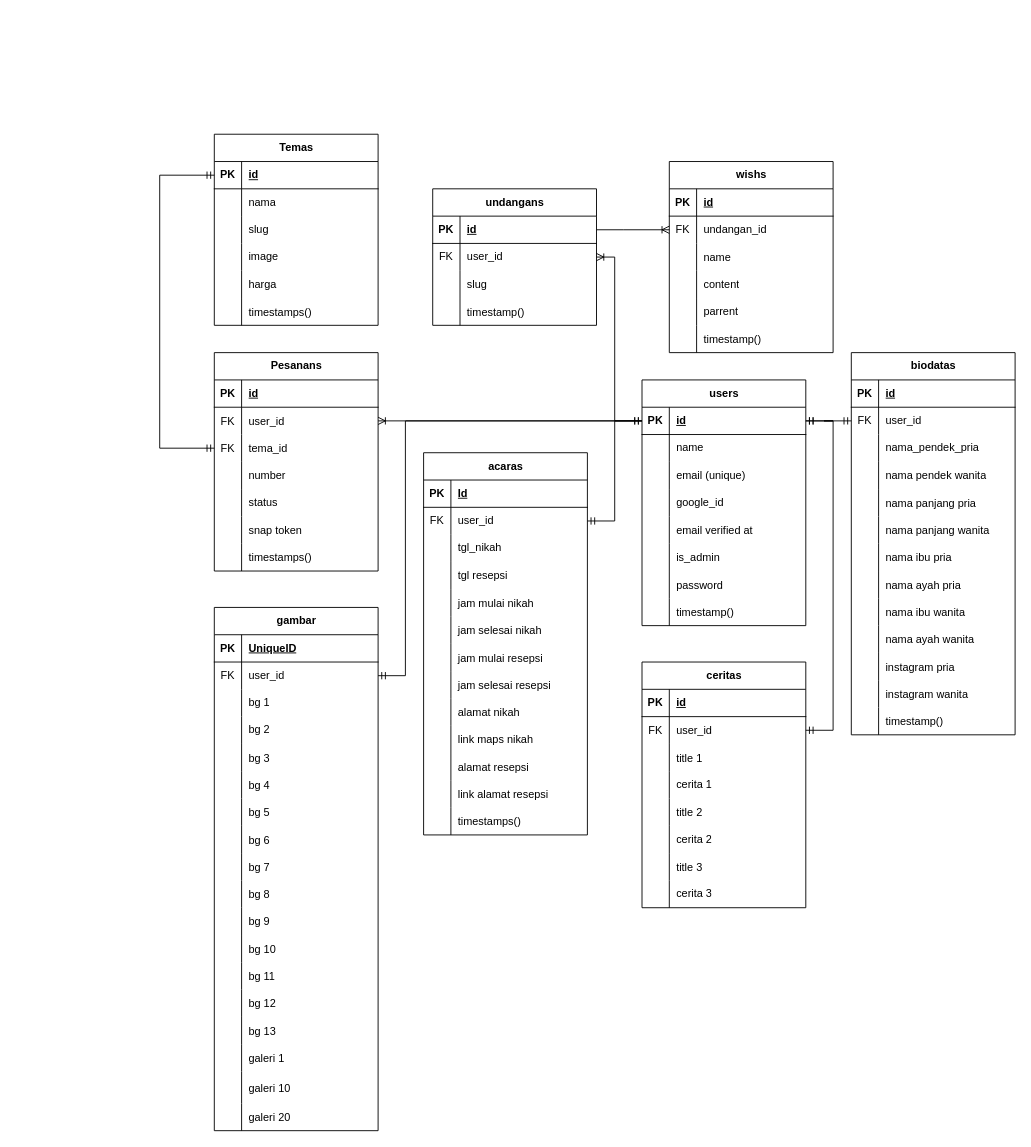
Before: Untitled Diagram.drawio in herisukoco/draw.io, a draw.io diagram. Source tidied: cells renumbered, new cells numbered last; positions are measured from the earlier drawing's top-left corner, leaving out a move shared by most shapes. Both pictures are drawn from the tidied source at 91%, with x=0, y=0 at pixel (159, 134).
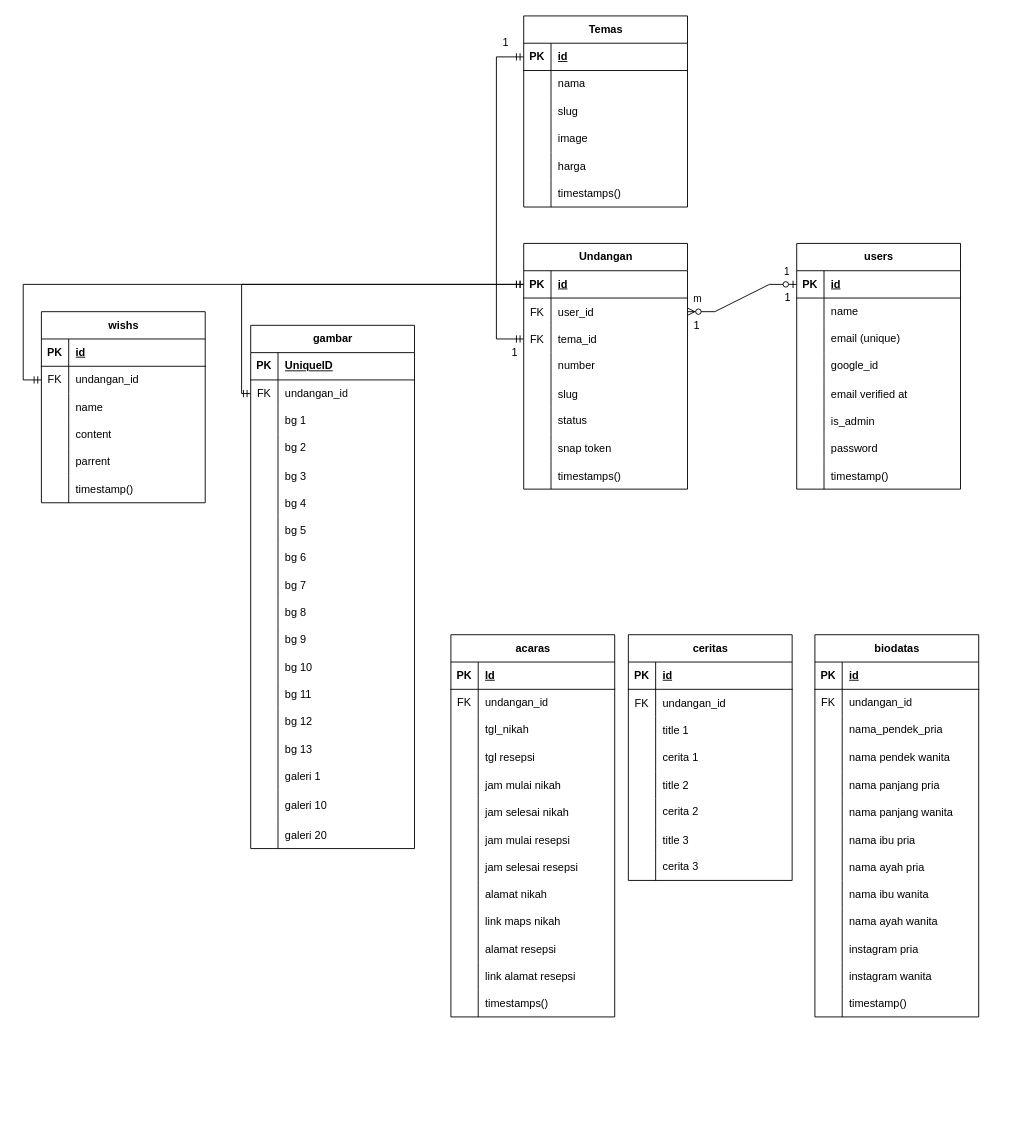
Above is the later version.

The change refers to these unchanged cells:
```xml
<mxCell id="3" style="shape=tableRow;horizontal=0;startSize=0;swimlaneHead=0;swimlaneBody=0;fillColor=none;points=[[0,0.5],[1,0.5]];portConstraint=eastwest;top=0;left=0;right=0;bottom=1;" parent="2" vertex="1">
  <mxGeometry y="30" width="180" height="30" as="geometry" />
</mxCell>
<mxCell id="31" style="shape=tableRow;horizontal=0;startSize=0;swimlaneHead=0;swimlaneBody=0;fillColor=none;points=[[0,0.5],[1,0.5]];portConstraint=eastwest;top=0;left=0;right=0;bottom=0;" parent="27" vertex="1">
  <mxGeometry y="60" width="180" height="30" as="geometry" />
</mxCell>
<mxCell id="72" style="shape=tableRow;horizontal=0;startSize=0;swimlaneHead=0;swimlaneBody=0;fillColor=none;points=[[0,0.5],[1,0.5]];portConstraint=eastwest;top=0;left=0;right=0;bottom=0;" parent="68" vertex="1">
  <mxGeometry y="60" width="180" height="30" as="geometry" />
</mxCell>
<mxCell id="110" style="shape=tableRow;horizontal=0;startSize=0;swimlaneHead=0;swimlaneBody=0;fillColor=none;points=[[0,0.5],[1,0.5]];portConstraint=eastwest;top=0;left=0;right=0;bottom=1;" parent="109" vertex="1">
  <mxGeometry y="30" width="180" height="30" as="geometry" />
</mxCell>
<mxCell id="129" style="shape=tableRow;horizontal=0;startSize=0;swimlaneHead=0;swimlaneBody=0;fillColor=none;points=[[0,0.5],[1,0.5]];portConstraint=eastwest;top=0;left=0;right=0;bottom=1;" parent="128" vertex="1">
  <mxGeometry y="30" width="180" height="30" as="geometry" />
</mxCell>
<mxCell id="132" style="shape=tableRow;horizontal=0;startSize=0;swimlaneHead=0;swimlaneBody=0;fillColor=none;points=[[0,0.5],[1,0.5]];portConstraint=eastwest;top=0;left=0;right=0;bottom=0;" parent="128" vertex="1">
  <mxGeometry y="60" width="180" height="30" as="geometry" />
</mxCell>
<mxCell id="135" style="shape=tableRow;horizontal=0;startSize=0;swimlaneHead=0;swimlaneBody=0;fillColor=none;points=[[0,0.5],[1,0.5]];portConstraint=eastwest;top=0;left=0;right=0;bottom=0;" parent="128" vertex="1">
  <mxGeometry y="90" width="180" height="30" as="geometry" />
</mxCell>
<mxCell id="169" style="shape=tableRow;horizontal=0;startSize=0;swimlaneHead=0;swimlaneBody=0;fillColor=none;points=[[0,0.5],[1,0.5]];portConstraint=eastwest;top=0;left=0;right=0;bottom=0;" parent="165" vertex="1">
  <mxGeometry y="60" width="180" height="30" as="geometry" />
</mxCell>
<mxCell id="190" style="shape=tableRow;horizontal=0;startSize=0;swimlaneHead=0;swimlaneBody=0;fillColor=none;points=[[0,0.5],[1,0.5]];portConstraint=eastwest;top=0;left=0;right=0;bottom=0;" parent="186" vertex="1">
  <mxGeometry y="60" width="180" height="30" as="geometry" />
</mxCell>
<mxCell id="215" style="shape=tableRow;horizontal=0;startSize=0;swimlaneHead=0;swimlaneBody=0;fillColor=none;points=[[0,0.5],[1,0.5]];portConstraint=eastwest;top=0;left=0;right=0;bottom=0;" parent="211" vertex="1">
  <mxGeometry y="60" width="180" height="30" as="geometry" />
</mxCell>
```

Diff of the diagram source:
```diff
@@
     <mxCell id="2" value="users" style="shape=table;startSize=30;childLayout=tableLayout;rowLines=0;fontStyle=1;align=center;html=1;" parent="1" vertex="1">
-      <mxGeometry x="530" y="270" width="180" height="270" as="geometry" />
+      <mxGeometry x="700" y="120" width="180" height="270" as="geometry" />
     </mxCell>
@@
     <mxCell id="27" value="biodatas" style="shape=table;startSize=30;childLayout=tableLayout;rowLines=0;fontStyle=1;align=center;html=1;" parent="1" vertex="1">
-      <mxGeometry x="760" y="240" width="180" height="420" as="geometry" />
+      <mxGeometry x="720" y="550" width="180" height="420" as="geometry" />
     </mxCell>
@@
-    <mxCell id="33" value="user_id" style="shape=partialRectangle;fillColor=none;top=0;left=0;bottom=0;right=0;align=left;spacingLeft=6;overflow=hidden;whiteSpace=wrap;html=1;" parent="31" vertex="1">
+    <mxCell id="33" value="undangan_id" style="shape=partialRectangle;fillColor=none;top=0;left=0;bottom=0;right=0;align=left;spacingLeft=6;overflow=hidden;whiteSpace=wrap;html=1;" parent="31" vertex="1">
       <mxGeometry x="30" width="150" height="30" as="geometry" />
     </mxCell>
@@
-    <mxCell id="67" style="edgeStyle=entityRelationEdgeStyle;fontSize=12;html=1;endArrow=ERmandOne;startArrow=ERmandOne;rounded=0;exitX=1;exitY=0.5;exitDx=0;exitDy=0;entryX=0;entryY=0.5;entryDx=0;entryDy=0;" parent="1" edge="1" source="3" target="31">
-      <mxGeometry relative="1" as="geometry" />
-    </mxCell>
     <mxCell id="68" value="acaras" style="shape=table;startSize=30;childLayout=tableLayout;rowLines=0;fontStyle=1;align=center;html=1;" parent="1" vertex="1">
-      <mxGeometry x="290" y="350" width="180" height="420" as="geometry" />
+      <mxGeometry x="320" y="550" width="180" height="420" as="geometry" />
     </mxCell>
@@
-    <mxCell id="74" value="user_id" style="shape=partialRectangle;fillColor=none;top=0;left=0;bottom=0;right=0;align=left;spacingLeft=6;overflow=hidden;whiteSpace=wrap;html=1;" parent="72" vertex="1">
+    <mxCell id="74" value="undangan_id" style="shape=partialRectangle;fillColor=none;top=0;left=0;bottom=0;right=0;align=left;spacingLeft=6;overflow=hidden;whiteSpace=wrap;html=1;" parent="72" vertex="1">
       <mxGeometry x="30" width="150" height="30" as="geometry" />
     </mxCell>
@@
-    <mxCell id="108" style="edgeStyle=entityRelationEdgeStyle;fontSize=12;html=1;endArrow=ERmandOne;startArrow=ERmandOne;rounded=0;" parent="1" edge="1" source="3" target="72">
-      <mxGeometry relative="1" as="geometry" />
-    </mxCell>
     <mxCell id="109" value="Temas" style="shape=table;startSize=30;childLayout=tableLayout;rowLines=0;fontStyle=1;align=center;html=1;" parent="1" vertex="1">
-      <mxGeometry x="60" width="180" height="210" as="geometry" />
+      <mxGeometry x="400" y="-130" width="180" height="210" as="geometry" />
     </mxCell>
@@
-    <mxCell id="128" value="Pesanans" style="shape=table;startSize=30;childLayout=tableLayout;rowLines=0;fontStyle=1;align=center;html=1;" parent="1" vertex="1">
-      <mxGeometry x="60" y="240" width="180" height="240" as="geometry" />
+    <mxCell id="128" value="Undangan" style="shape=table;startSize=30;childLayout=tableLayout;rowLines=0;fontStyle=1;align=center;html=1;" parent="1" vertex="1">
+      <mxGeometry x="400" y="120" width="180" height="270" as="geometry" />
     </mxCell>
@@
+    <mxCell id="159" style="shape=tableRow;horizontal=0;startSize=0;swimlaneHead=0;swimlaneBody=0;fillColor=none;top=0;left=0;right=0;bottom=0;" parent="128" vertex="1">
+      <mxGeometry y="150" width="180" height="30" as="geometry" />
+    </mxCell>
+    <mxCell id="160" style="shape=partialRectangle;fillColor=none;top=0;left=0;bottom=0;right=0;overflow=hidden;" parent="159" vertex="1">
+      <mxGeometry width="30" height="30" as="geometry" />
+    </mxCell>
+    <mxCell id="161" value="slug" style="shape=partialRectangle;fillColor=none;top=0;left=0;bottom=0;right=0;align=left;spacingLeft=6;overflow=hidden;" parent="159" vertex="1">
+      <mxGeometry x="30" width="150" height="30" as="geometry" />
+    </mxCell>
     <mxCell id="141" style="shape=tableRow;horizontal=0;startSize=0;swimlaneHead=0;swimlaneBody=0;fillColor=none;top=0;left=0;right=0;bottom=0;" parent="128" vertex="1">
-      <mxGeometry y="150" width="180" height="30" as="geometry" />
+      <mxGeometry y="180" width="180" height="30" as="geometry" />
     </mxCell>
@@
     <mxCell id="144" style="shape=tableRow;horizontal=0;startSize=0;swimlaneHead=0;swimlaneBody=0;fillColor=none;top=0;left=0;right=0;bottom=0;" parent="128" vertex="1">
-      <mxGeometry y="180" width="180" height="30" as="geometry" />
+      <mxGeometry y="210" width="180" height="30" as="geometry" />
     </mxCell>
@@
     <mxCell id="147" style="shape=tableRow;horizontal=0;startSize=0;swimlaneHead=0;swimlaneBody=0;fillColor=none;top=0;left=0;right=0;bottom=0;" parent="128" vertex="1">
-      <mxGeometry y="210" width="180" height="30" as="geometry" />
+      <mxGeometry y="240" width="180" height="30" as="geometry" />
     </mxCell>
@@
-    <mxCell id="150" style="edgeStyle=entityRelationEdgeStyle;fontSize=12;html=1;endArrow=ERoneToMany;rounded=0;entryX=1;entryY=0.5;entryDx=0;entryDy=0;exitX=0;exitY=0.5;exitDx=0;exitDy=0;" parent="1" edge="1" source="3" target="132">
-      <mxGeometry relative="1" as="geometry" />
-    </mxCell>
-    <mxCell id="151" style="edgeStyle=orthogonalEdgeStyle;fontSize=12;html=1;endArrow=ERmandOne;startArrow=ERmandOne;rounded=0;exitX=0;exitY=0.5;exitDx=0;exitDy=0;" parent="1" edge="1" source="135" target="110">
-      <mxGeometry relative="1" as="geometry">
-        <Array as="points">
-          <mxPoint y="345" />
-          <mxPoint y="45" />
-        </Array>
-      </mxGeometry>
-    </mxCell>
-    <mxCell id="152" value="undangans" style="shape=table;startSize=30;childLayout=tableLayout;rowLines=0;fontStyle=1;align=center;html=1;" parent="1" vertex="1">
-      <mxGeometry x="300" y="60" width="180" height="150" as="geometry" />
-    </mxCell>
-    <mxCell id="153" style="shape=tableRow;horizontal=0;startSize=0;swimlaneHead=0;swimlaneBody=0;fillColor=none;points=[[0,0.5],[1,0.5]];portConstraint=eastwest;top=0;left=0;right=0;bottom=1;" parent="152" vertex="1">
-      <mxGeometry y="30" width="180" height="30" as="geometry" />
-    </mxCell>
-    <mxCell id="154" value="PK" style="shape=partialRectangle;fillColor=none;top=0;left=0;bottom=0;right=0;fontStyle=1;overflow=hidden;whiteSpace=wrap;html=1;" parent="153" vertex="1">
-      <mxGeometry width="30" height="30" as="geometry" />
-    </mxCell>
-    <mxCell id="155" value="id" style="shape=partialRectangle;fillColor=none;top=0;left=0;bottom=0;right=0;align=left;spacingLeft=6;fontStyle=5;overflow=hidden;whiteSpace=wrap;html=1;" parent="153" vertex="1">
-      <mxGeometry x="30" width="150" height="30" as="geometry" />
-    </mxCell>
-    <mxCell id="156" style="shape=tableRow;horizontal=0;startSize=0;swimlaneHead=0;swimlaneBody=0;fillColor=none;points=[[0,0.5],[1,0.5]];portConstraint=eastwest;top=0;left=0;right=0;bottom=0;" parent="152" vertex="1">
-      <mxGeometry y="60" width="180" height="30" as="geometry" />
-    </mxCell>
-    <mxCell id="157" value="FK" style="shape=partialRectangle;fillColor=none;top=0;left=0;bottom=0;right=0;overflow=hidden;whiteSpace=wrap;html=1;" parent="156" vertex="1">
-      <mxGeometry width="30" height="30" as="geometry" />
-    </mxCell>
-    <mxCell id="158" value="user_id" style="shape=partialRectangle;fillColor=none;top=0;left=0;bottom=0;right=0;align=left;spacingLeft=6;overflow=hidden;whiteSpace=wrap;html=1;" parent="156" vertex="1">
-      <mxGeometry x="30" width="150" height="30" as="geometry" />
-    </mxCell>
-    <mxCell id="159" style="shape=tableRow;horizontal=0;startSize=0;swimlaneHead=0;swimlaneBody=0;fillColor=none;top=0;left=0;right=0;bottom=0;" parent="152" vertex="1">
-      <mxGeometry y="90" width="180" height="30" as="geometry" />
-    </mxCell>
-    <mxCell id="160" style="shape=partialRectangle;fillColor=none;top=0;left=0;bottom=0;right=0;overflow=hidden;" parent="159" vertex="1">
-      <mxGeometry width="30" height="30" as="geometry" />
-    </mxCell>
-    <mxCell id="161" value="slug" style="shape=partialRectangle;fillColor=none;top=0;left=0;bottom=0;right=0;align=left;spacingLeft=6;overflow=hidden;" parent="159" vertex="1">
-      <mxGeometry x="30" width="150" height="30" as="geometry" />
-    </mxCell>
-    <mxCell id="162" style="shape=tableRow;horizontal=0;startSize=0;swimlaneHead=0;swimlaneBody=0;fillColor=none;top=0;left=0;right=0;bottom=0;" parent="152" vertex="1">
-      <mxGeometry y="120" width="180" height="30" as="geometry" />
-    </mxCell>
-    <mxCell id="163" style="shape=partialRectangle;fillColor=none;top=0;left=0;bottom=0;right=0;overflow=hidden;" parent="162" vertex="1">
-      <mxGeometry width="30" height="30" as="geometry" />
-    </mxCell>
-    <mxCell id="164" value="timestamp()" style="shape=partialRectangle;fillColor=none;top=0;left=0;bottom=0;right=0;align=left;spacingLeft=6;overflow=hidden;" parent="162" vertex="1">
-      <mxGeometry x="30" width="150" height="30" as="geometry" />
-    </mxCell>
     <mxCell id="165" value="wishs" style="shape=table;startSize=30;childLayout=tableLayout;rowLines=0;fontStyle=1;align=center;html=1;" parent="1" vertex="1">
-      <mxGeometry x="560" y="30" width="180" height="210" as="geometry" />
+      <mxGeometry x="-130" y="195" width="180" height="210" as="geometry" />
     </mxCell>
@@
-    <mxCell id="184" style="edgeStyle=orthogonalEdgeStyle;fontSize=12;html=1;endArrow=ERoneToMany;rounded=0;elbow=vertical;" parent="1" edge="1" source="3" target="156">
-      <mxGeometry relative="1" as="geometry">
-        <Array as="points">
-          <mxPoint x="500" y="315" />
-          <mxPoint x="500" y="135" />
-        </Array>
-      </mxGeometry>
-    </mxCell>
-    <mxCell id="185" style="edgeStyle=entityRelationEdgeStyle;fontSize=12;html=1;endArrow=ERoneToMany;rounded=0;entryX=0;entryY=0.5;entryDx=0;entryDy=0;exitX=1;exitY=0.5;exitDx=0;exitDy=0;" parent="1" edge="1" source="153" target="169">
-      <mxGeometry relative="1" as="geometry" />
-    </mxCell>
     <mxCell id="186" value="ceritas" style="shape=table;startSize=30;childLayout=tableLayout;rowLines=0;fontStyle=1;align=center;html=1;" parent="1" vertex="1">
-      <mxGeometry x="530" y="580" width="180" height="270" as="geometry" />
+      <mxGeometry x="515" y="550" width="180" height="270" as="geometry" />
     </mxCell>
@@
-    <mxCell id="192" value="user_id" style="shape=partialRectangle;fillColor=none;top=0;left=0;bottom=0;right=0;align=left;spacingLeft=6;overflow=hidden;" parent="190" vertex="1">
+    <mxCell id="192" value="undangan_id" style="shape=partialRectangle;fillColor=none;top=0;left=0;bottom=0;right=0;align=left;spacingLeft=6;overflow=hidden;" parent="190" vertex="1">
       <mxGeometry x="30" width="150" height="30" as="geometry" />
     </mxCell>
@@
     <mxCell id="211" value="gambar" style="shape=table;startSize=30;childLayout=tableLayout;rowLines=0;fontStyle=1;align=center;html=1;" parent="1" vertex="1">
-      <mxGeometry x="60" y="520" width="180" height="575" as="geometry" />
+      <mxGeometry x="100" y="210" width="180" height="575" as="geometry" />
     </mxCell>
@@
-    <mxCell id="217" value="user_id" style="shape=partialRectangle;fillColor=none;top=0;left=0;bottom=0;right=0;align=left;spacingLeft=6;overflow=hidden;whiteSpace=wrap;html=1;" parent="215" vertex="1">
+    <mxCell id="217" value="undangan_id" style="shape=partialRectangle;fillColor=none;top=0;left=0;bottom=0;right=0;align=left;spacingLeft=6;overflow=hidden;whiteSpace=wrap;html=1;" parent="215" vertex="1">
       <mxGeometry x="30" width="150" height="30" as="geometry" />
     </mxCell>
@@
-    <mxCell id="266" style="edgeStyle=entityRelationEdgeStyle;fontSize=12;html=1;endArrow=ERmandOne;startArrow=ERmandOne;rounded=0;" parent="1" edge="1" source="3" target="190">
-      <mxGeometry relative="1" as="geometry" />
-    </mxCell>
-    <mxCell id="267" style="edgeStyle=orthogonalEdgeStyle;fontSize=12;html=1;endArrow=ERmandOne;startArrow=ERmandOne;rounded=0;entryX=0;entryY=0.5;entryDx=0;entryDy=0;exitX=1;exitY=0.5;exitDx=0;exitDy=0;" parent="1" edge="1" source="215" target="3">
-      <mxGeometry relative="1" as="geometry">
-        <Array as="points">
-          <mxPoint x="270" y="595" />
-          <mxPoint x="270" y="315" />
-        </Array>
-      </mxGeometry>
-    </mxCell>
+    <mxCell id="150" style="edgeStyle=entityRelationEdgeStyle;fontSize=12;html=1;endArrow=ERzeroToMany;startArrow=ERzeroToOne;rounded=0;exitX=0;exitY=0.5;exitDx=0;exitDy=0;entryX=1;entryY=0.5;entryDx=0;entryDy=0;" parent="1" edge="1" source="3" target="132">
+      <mxGeometry relative="1" as="geometry" />
+    </mxCell>
+    <mxCell id="268" value="1" style="edgeLabel;html=1;align=center;verticalAlign=middle;" parent="150" vertex="1">
+      <mxGeometry x="-0.81" y="-3" relative="1" as="geometry">
+        <mxPoint y="-12" as="offset" />
+      </mxGeometry>
+    </mxCell>
+    <mxCell id="269" value="m" style="edgeLabel;html=1;align=center;verticalAlign=middle;" parent="150" vertex="1">
+      <mxGeometry x="0.81" y="1" relative="1" as="geometry">
+        <mxPoint x="-2" y="-16" as="offset" />
+      </mxGeometry>
+    </mxCell>
+    <mxCell id="151" style="edgeStyle=elbowEdgeStyle;fontSize=12;html=1;endArrow=ERmandOne;startArrow=ERmandOne;rounded=0;entryX=0;entryY=0.5;entryDx=0;entryDy=0;" parent="1" edge="1" source="135" target="110">
+      <mxGeometry relative="1" as="geometry">
+        <Array as="points">
+          <mxPoint x="370" y="80" />
+        </Array>
+      </mxGeometry>
+    </mxCell>
+    <mxCell id="270" value="1" style="text;html=1;align=center;verticalAlign=middle;strokeColor=none;fillColor=none;" parent="1" vertex="1">
+      <mxGeometry x="575" y="195" width="30" height="30" as="geometry" />
+    </mxCell>
+    <mxCell id="271" value="1" style="text;html=1;align=center;verticalAlign=middle;strokeColor=none;fillColor=none;" parent="1" vertex="1">
+      <mxGeometry x="675" y="165" width="30" height="30" as="geometry" />
+    </mxCell>
+    <mxCell id="272" value="1" style="text;html=1;align=center;verticalAlign=middle;strokeColor=none;fillColor=none;" parent="1" vertex="1">
+      <mxGeometry x="365" y="-115" width="30" height="30" as="geometry" />
+    </mxCell>
+    <mxCell id="273" value="1" style="text;html=1;align=center;verticalAlign=middle;strokeColor=none;fillColor=none;" parent="1" vertex="1">
+      <mxGeometry x="375" y="225" width="30" height="30" as="geometry" />
+    </mxCell>
+    <mxCell id="274" style="edgeStyle=elbowEdgeStyle;fontSize=12;html=1;endArrow=ERmandOne;startArrow=ERmandOne;rounded=0;exitX=0;exitY=0.5;exitDx=0;exitDy=0;entryX=0;entryY=0.5;entryDx=0;entryDy=0;" parent="1" edge="1" source="215" target="129">
+      <mxGeometry relative="1" as="geometry">
+        <Array as="points">
+          <mxPoint x="90" y="390" />
+        </Array>
+      </mxGeometry>
+    </mxCell>
+    <mxCell id="275" style="edgeStyle=elbowEdgeStyle;fontSize=12;html=1;endArrow=ERmandOne;startArrow=ERmandOne;rounded=0;entryX=0;entryY=0.5;entryDx=0;entryDy=0;exitX=0;exitY=0.5;exitDx=0;exitDy=0;" parent="1" edge="1" source="169" target="129">
+      <mxGeometry relative="1" as="geometry">
+        <Array as="points">
+          <mxPoint x="-150" y="400" />
+        </Array>
+      </mxGeometry>
+    </mxCell>
```
